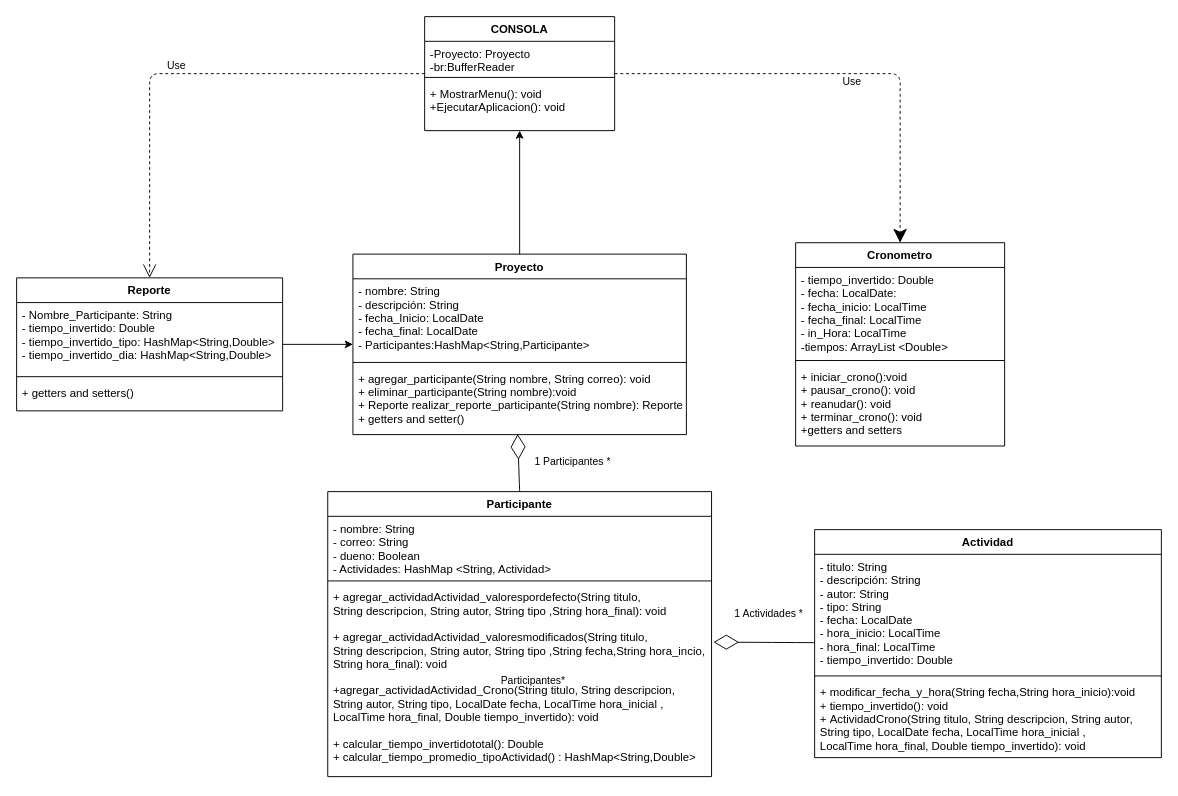
The draw.io diagram ENTREGA2_P1.drawio in DYPOO-2022-j-vargasr2-n-camargop/ENTREGA1_PROYECTO1_DYPOO, before the edit. Source tidied: cells renumbered, new cells numbered last; positions are measured from the earlier drawing's top-left corner, leaving out a move shared by most shapes. Both pictures are drawn from the tidied source at 95%, with x=0, y=0 at pixel (16, 16).
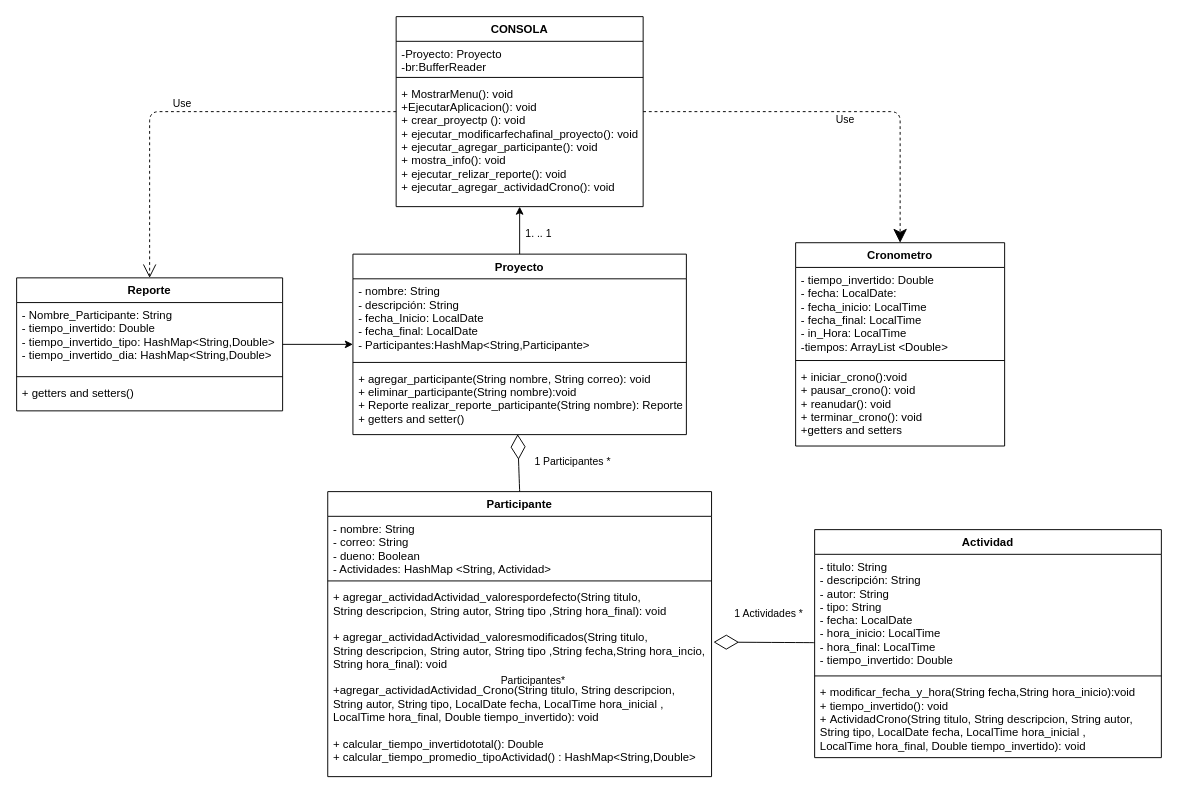
The same page after the edit.

Diff of the diagram source:
```diff
@@
     <mxCell id="28" value="CONSOLA" style="swimlane;fontStyle=1;align=center;verticalAlign=top;horizontal=1;startSize=26;" parent="1" vertex="1">
-      <mxGeometry x="429.5" width="200" height="120" as="geometry" />
+      <mxGeometry x="399.5" width="260" height="200" as="geometry" />
     </mxCell>
     <mxCell id="29" value="-Proyecto: Proyecto&#10;-br:BufferReader" style="text;strokeColor=none;fillColor=none;align=left;verticalAlign=top;spacingLeft=4;spacingRight=4;overflow=hidden;" parent="28" vertex="1">
-      <mxGeometry y="26" width="200" height="34" as="geometry" />
+      <mxGeometry y="26" width="260" height="34" as="geometry" />
     </mxCell>
     <mxCell id="30" style="line;strokeWidth=1;fillColor=none;align=left;verticalAlign=middle;spacingTop=-1;spacingLeft=3;spacingRight=3;labelPosition=right;" parent="28" vertex="1">
-      <mxGeometry y="60" width="200" height="8" as="geometry" />
+      <mxGeometry y="60" width="260" height="8" as="geometry" />
     </mxCell>
-    <mxCell id="31" value="+ MostrarMenu(): void&#10;+EjecutarAplicacion(): void" style="text;strokeColor=none;fillColor=none;align=left;verticalAlign=top;spacingLeft=4;spacingRight=4;overflow=hidden;" parent="28" vertex="1">
-      <mxGeometry y="68" width="200" height="52" as="geometry" />
+    <mxCell id="31" value="+ MostrarMenu(): void&#10;+EjecutarAplicacion(): void&#10;+ crear_proyectp (): void&#10;+ ejecutar_modificarfechafinal_proyecto(): void&#10;+ ejecutar_agregar_participante(): void&#10;+ mostra_info(): void&#10;+ ejecutar_relizar_reporte(): void&#10;+ ejecutar_agregar_actividadCrono(): void" style="text;strokeColor=none;fillColor=none;align=left;verticalAlign=top;spacingLeft=4;spacingRight=4;overflow=hidden;" parent="28" vertex="1">
+      <mxGeometry y="68" width="260" height="132" as="geometry" />
     </mxCell>
@@
+    <mxCell id="35" value="1. .. 1" style="text;strokeColor=none;fillColor=none;align=left;verticalAlign=middle;spacingLeft=4;spacingRight=4;overflow=hidden;fontSize=11;" parent="1" vertex="1">
+      <mxGeometry x="530" y="217" width="90" height="21" as="geometry" />
+    </mxCell>
```
